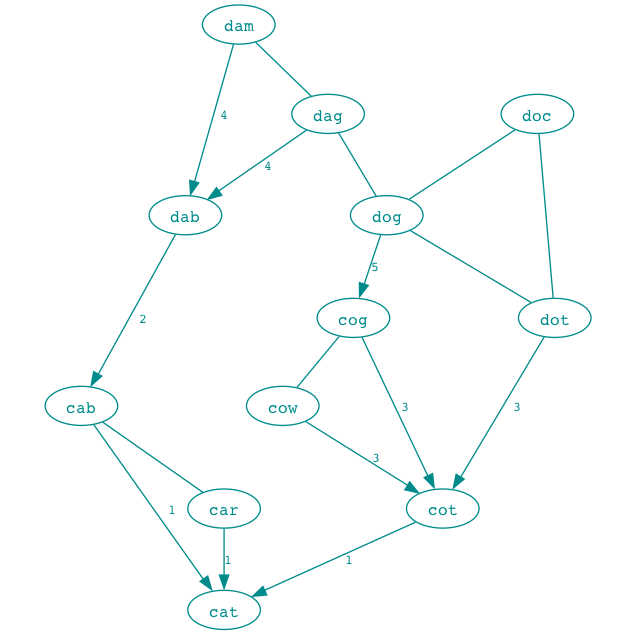
This is word-ladder/src/images/example-with-label.png from ToF-/CodeKatas, a Graphviz export, as it was before one commit. Its source is kept beside it as word-ladder/src/example-with-label.gv.
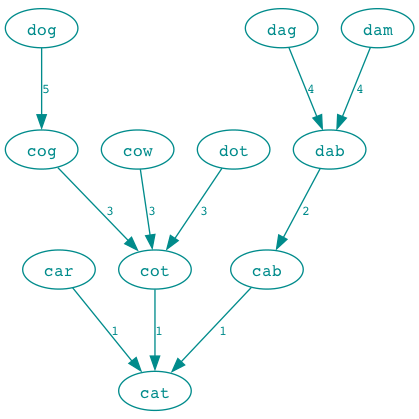
Later version of the same file.

Diff of the diagram source:
```diff
@@ -3,20 +3,13 @@
     node [colorscheme="SVG",width=0.5,height=0.2,shape = ellipse,fontcolor="darkcyan",fontsize=12,fontname="Courier",color="darkcyan"];
     edge [colorscheme="SVG",color="darkcyan",fontcolor="darkcyan",fontsize=10,fontname="Courier"];
     cab -> { cat } [label="1"];
-    cab -> { car } [dir=none];
     car -> { cat } [label="1"];
     dab -> { cab } [label="2"];
     cot -> { cat } [label="1"];
     cog -> { cot } [label="3"];
     cow -> { cot } [label="3"];
-    cog -> { cow } [dir=none];
     dog -> { cog } [label="5"];
     dot -> { cot } [label="3"];
     dag -> { dab } [label="4"];
     dam -> { dab } [label="4"];
-    dam -> { dag } [dir=none];
-    doc -> { dog } [dir=none];
-    doc -> { dot } [dir=none];
-    dog -> { dot } [dir=none];
-    dag -> { dog } [dir=none];
 }
```
